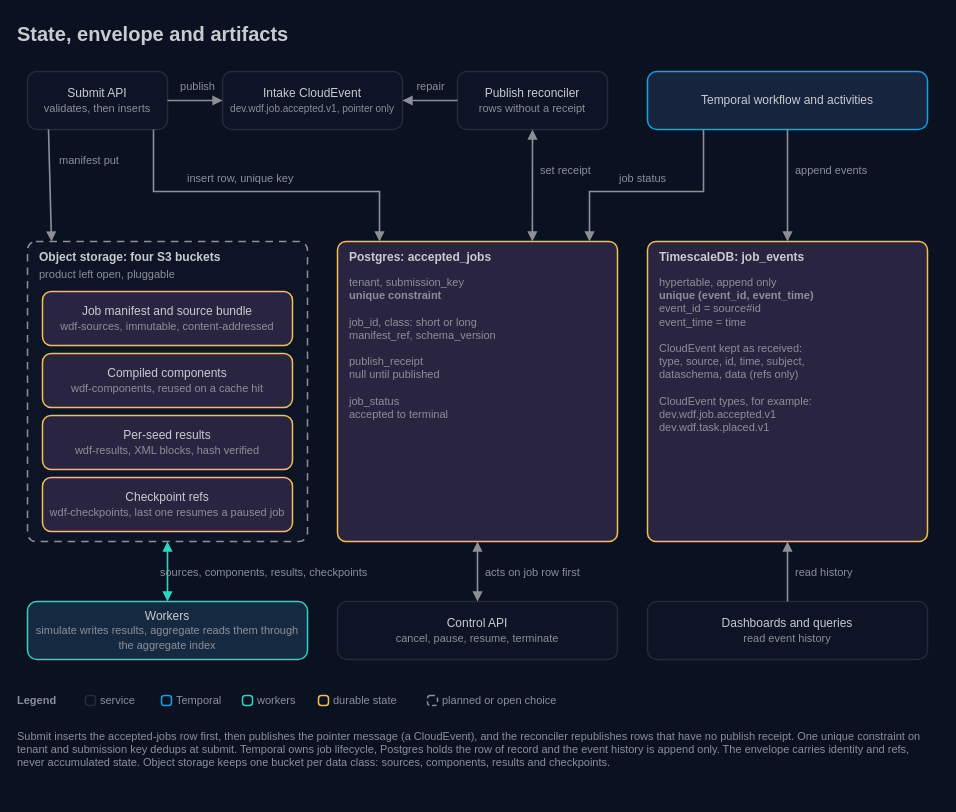
Earlier version of the draw.io diagram docs/architecture/13-state-envelope-artifacts.drawio (AndoNorth/wasm-dag-forge). Source tidied: cells renumbered, new cells numbered last; positions are measured from the earlier drawing's top-left corner, leaving out a move shared by most shapes. Both pictures are drawn from the tidied source at 100%, with x=0, y=0 at pixel (17, 17).
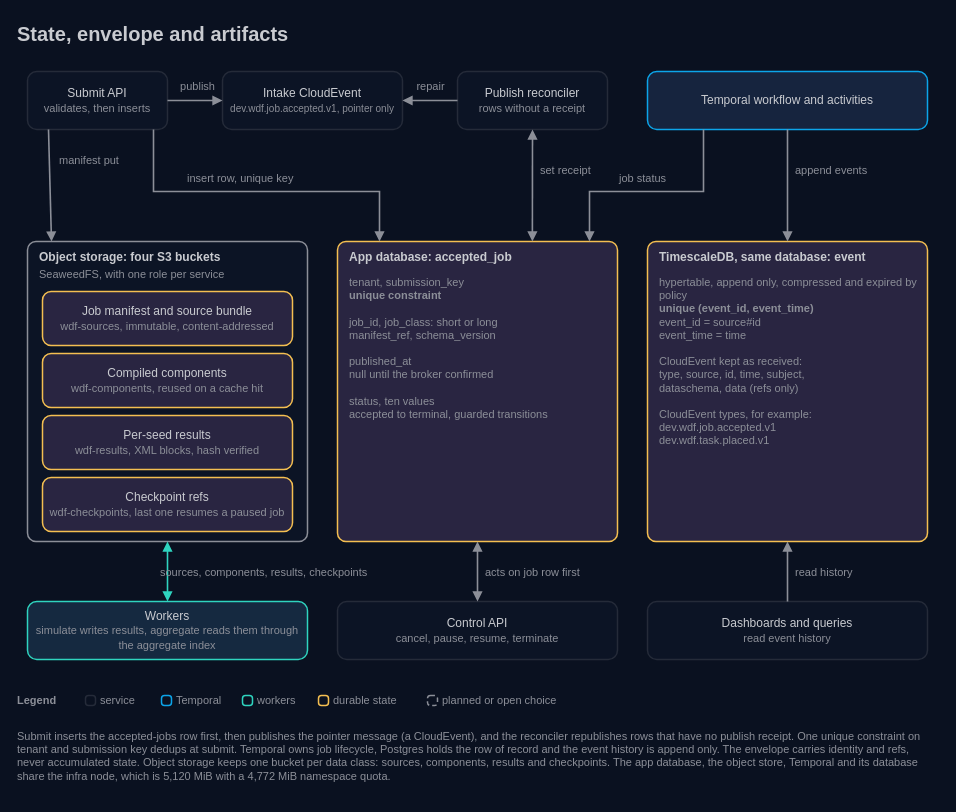
After the change.

Commit message (it also covers changes not shown here):
docs(architecture): refine the state note with the app database, the object store and the infra node

What changed in the source:
```diff
@@
-    <mxCell id="8" value="Postgres: accepted_jobs" style="text;html=1;strokeColor=none;fillColor=none;align=left;verticalAlign=middle;whiteSpace=nowrap;fontColor=#c9cbd0;fontSize=12;fontStyle=1;fontFamily=IBM Plex Sans;spacing=0;" parent="1" vertex="1">
+    <mxCell id="8" value="App database: accepted_job" style="text;html=1;strokeColor=none;fillColor=none;align=left;verticalAlign=middle;whiteSpace=nowrap;fontColor=#c9cbd0;fontSize=12;fontStyle=1;fontFamily=IBM Plex Sans;spacing=0;" parent="1" vertex="1">
       <mxGeometry x="332" y="230" width="260" height="20" as="geometry" />
     </mxCell>
-    <mxCell id="9" value="tenant, submission_key&lt;br&gt;&lt;b&gt;unique constraint&lt;/b&gt;&lt;br&gt;&lt;br&gt;job_id, class: short or long&lt;br&gt;manifest_ref, schema_version&lt;br&gt;&lt;br&gt;publish_receipt&lt;br&gt;null until published&lt;br&gt;&lt;br&gt;job_status&lt;br&gt;accepted to terminal" style="text;html=1;strokeColor=none;fillColor=none;align=left;verticalAlign=top;whiteSpace=wrap;fontColor=#8c8f98;fontSize=11;fontFamily=IBM Plex Mono;spacing=0;" parent="1" vertex="1">
+    <mxCell id="9" value="tenant, submission_key&lt;br&gt;&lt;b&gt;unique constraint&lt;/b&gt;&lt;br&gt;&lt;br&gt;job_id, job_class: short or long&lt;br&gt;manifest_ref, schema_version&lt;br&gt;&lt;br&gt;published_at&lt;br&gt;null until the broker confirmed&lt;br&gt;&lt;br&gt;status, ten values&lt;br&gt;accepted to terminal, guarded transitions" style="text;html=1;strokeColor=none;fillColor=none;align=left;verticalAlign=top;whiteSpace=wrap;fontColor=#8c8f98;fontSize=11;fontFamily=IBM Plex Mono;spacing=0;" parent="1" vertex="1">
       <mxGeometry x="332" y="254" width="256" height="260" as="geometry" />
     </mxCell>
@@
-    <mxCell id="11" value="TimescaleDB: job_events" style="text;html=1;strokeColor=none;fillColor=none;align=left;verticalAlign=middle;whiteSpace=nowrap;fontColor=#c9cbd0;fontSize=12;fontStyle=1;fontFamily=IBM Plex Sans;spacing=0;" parent="1" vertex="1">
+    <mxCell id="11" value="TimescaleDB, same database: event" style="text;html=1;strokeColor=none;fillColor=none;align=left;verticalAlign=middle;whiteSpace=nowrap;fontColor=#c9cbd0;fontSize=12;fontStyle=1;fontFamily=IBM Plex Sans;spacing=0;" parent="1" vertex="1">
       <mxGeometry x="642" y="230" width="260" height="20" as="geometry" />
     </mxCell>
-    <mxCell id="12" value="hypertable, append only&lt;br&gt;&lt;b&gt;unique (event_id, event_time)&lt;/b&gt;&lt;br&gt;event_id = source#id&lt;br&gt;event_time = time&lt;br&gt;&lt;br&gt;CloudEvent kept as received:&lt;br&gt;type, source, id, time, subject,&lt;br&gt;dataschema, data (refs only)&lt;br&gt;&lt;br&gt;CloudEvent types, for example:&lt;br&gt;dev.wdf.job.accepted.v1&lt;br&gt;dev.wdf.task.placed.v1" style="text;html=1;strokeColor=none;fillColor=none;align=left;verticalAlign=top;whiteSpace=wrap;fontColor=#8c8f98;fontSize=11;fontFamily=IBM Plex Mono;spacing=0;" parent="1" vertex="1">
+    <mxCell id="12" value="hypertable, append only, compressed and expired by policy&lt;br&gt;&lt;b&gt;unique (event_id, event_time)&lt;/b&gt;&lt;br&gt;event_id = source#id&lt;br&gt;event_time = time&lt;br&gt;&lt;br&gt;CloudEvent kept as received:&lt;br&gt;type, source, id, time, subject,&lt;br&gt;dataschema, data (refs only)&lt;br&gt;&lt;br&gt;CloudEvent types, for example:&lt;br&gt;dev.wdf.job.accepted.v1&lt;br&gt;dev.wdf.task.placed.v1" style="text;html=1;strokeColor=none;fillColor=none;align=left;verticalAlign=top;whiteSpace=wrap;fontColor=#8c8f98;fontSize=11;fontFamily=IBM Plex Mono;spacing=0;" parent="1" vertex="1">
       <mxGeometry x="642" y="254" width="256" height="260" as="geometry" />
     </mxCell>
-    <mxCell id="13" style="rounded=1;arcSize=3;html=1;whiteSpace=wrap;fillColor=#0c1425;strokeColor=#8c8f98;strokeWidth=1.5;dashed=1;dashPattern=5 4;fontColor=#c9cbd0;fontSize=12;fontFamily=IBM Plex Sans;verticalAlign=top;align=left;" parent="1" vertex="1">
+    <mxCell id="13" style="rounded=1;arcSize=3;html=1;whiteSpace=wrap;fillColor=#0c1425;strokeColor=#8c8f98;strokeWidth=1.5;fontColor=#c9cbd0;fontSize=12;fontFamily=IBM Plex Sans;verticalAlign=top;align=left;" parent="1" vertex="1">
       <mxGeometry x="10" y="224" width="280" height="300" as="geometry" />
     </mxCell>
@@
-    <mxCell id="15" value="product left open, pluggable" style="text;html=1;strokeColor=none;fillColor=none;align=left;verticalAlign=middle;whiteSpace=nowrap;fontColor=#8c8f98;fontSize=11;fontFamily=IBM Plex Sans;spacing=0;" parent="1" vertex="1">
+    <mxCell id="15" value="SeaweedFS, with one role per service" style="text;html=1;strokeColor=none;fillColor=none;align=left;verticalAlign=middle;whiteSpace=nowrap;fontColor=#8c8f98;fontSize=11;fontFamily=IBM Plex Sans;spacing=0;" parent="1" vertex="1">
       <mxGeometry x="22" y="248" width="260" height="18" as="geometry" />
     </mxCell>
@@
-    <mxCell id="54" value="Submit inserts the accepted-jobs row first, then publishes the pointer message (a CloudEvent), and the reconciler republishes rows that have no publish receipt. One unique constraint on tenant and submission key dedups at submit. Temporal owns job lifecycle, Postgres holds the row of record and the event history is append only. The envelope carries identity and refs, never accumulated state. Object storage keeps one bucket per data class: sources, components, results and checkpoints." style="text;html=1;strokeColor=none;fillColor=none;align=left;verticalAlign=top;whiteSpace=wrap;fontColor=#8c8f98;fontSize=11;fontFamily=IBM Plex Sans;spacing=0;" parent="1" vertex="1">
+    <mxCell id="54" value="Submit inserts the accepted-jobs row first, then publishes the pointer message (a CloudEvent), and the reconciler republishes rows that have no publish receipt. One unique constraint on tenant and submission key dedups at submit. Temporal owns job lifecycle, Postgres holds the row of record and the event history is append only. The envelope carries identity and refs, never accumulated state. Object storage keeps one bucket per data class: sources, components, results and checkpoints. The app database, the object store, Temporal and its database share the infra node, which is 5,120 MiB with a 4,772 MiB namespace quota." style="text;html=1;strokeColor=none;fillColor=none;align=left;verticalAlign=top;whiteSpace=wrap;fontColor=#8c8f98;fontSize=11;fontFamily=IBM Plex Sans;spacing=0;" parent="1" vertex="1">
       <mxGeometry y="708" width="920" height="70" as="geometry" />
     </mxCell>
```
